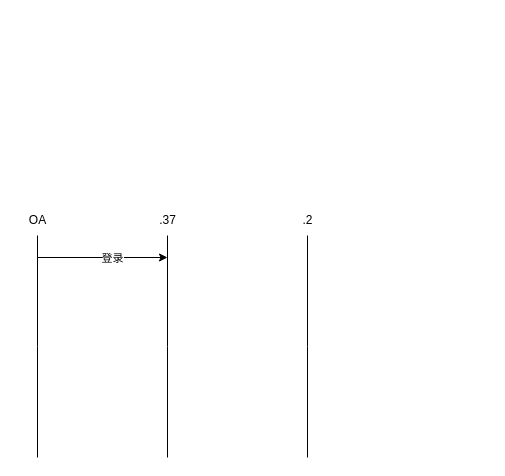
Above: drawio/architecture.drawio in RainbowJier/GeneralLoginModule (draw.io), before the change. Source tidied: cells renumbered, new cells numbered last; positions are measured from the earlier drawing's top-left corner, leaving out a move shared by most shapes. Both pictures are drawn from the tidied source at 100%, with x=0, y=0 at pixel (17, 205).
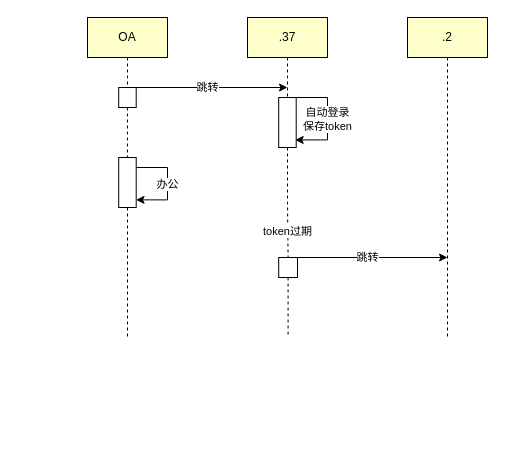
The same diagram, later.

Change to the diagram source:
```diff
@@
-    <mxCell id="2" style="edgeStyle=orthogonalEdgeStyle;rounded=0;jettySize=auto;html=1;endArrow=none;startFill=0;" parent="1" edge="1" source="3">
-      <mxGeometry relative="1" as="geometry">
-        <mxPoint x="20" y="252" as="targetPoint" />
-      </mxGeometry>
-    </mxCell>
+    <mxCell id="10" style="edgeStyle=orthogonalEdgeStyle;rounded=0;jettySize=auto;html=1;endArrow=none;startFill=0;dashed=1;" parent="1" edge="1" source="21">
+      <mxGeometry relative="1" as="geometry">
+        <mxPoint x="110" y="132" as="targetPoint" />
+        <Array as="points">
+          <mxPoint x="110" y="2" />
+          <mxPoint x="110" y="2" />
+        </Array>
+      </mxGeometry>
+    </mxCell>
-    <mxCell id="3" value="OA" style="text;html=1;align=center;verticalAlign=middle;points=[];strokeColor=none;fillColor=none;" parent="1" vertex="1">
-      <mxGeometry width="40" height="30" as="geometry" />
+    <mxCell id="3" value="OA" style="rounded=0;whiteSpace=wrap;html=1;fillColor=#FFFFCC;" parent="1" vertex="1">
+      <mxGeometry x="70" y="-188" width="80" height="40" as="geometry" />
     </mxCell>
-    <mxCell id="4" style="edgeStyle=orthogonalEdgeStyle;rounded=0;jettySize=auto;html=1;endArrow=none;startFill=0;" parent="1" edge="1" source="5">
-      <mxGeometry relative="1" as="geometry">
-        <mxPoint x="150" y="252" as="targetPoint" />
-      </mxGeometry>
-    </mxCell>
+    <mxCell id="11" style="edgeStyle=orthogonalEdgeStyle;rounded=0;jettySize=auto;html=1;endArrow=none;startFill=0;dashed=1;" parent="1" edge="1" source="3" target="12">
+      <mxGeometry relative="1" as="geometry" />
+    </mxCell>
+    <mxCell id="12" style="rounded=0;whiteSpace=wrap;html=1;" parent="1" vertex="1">
+      <mxGeometry x="101.2" y="-118" width="17.5" height="20" as="geometry" />
+    </mxCell>
-    <mxCell id="5" value=".37" style="text;html=1;align=center;verticalAlign=middle;points=[];strokeColor=none;fillColor=none;" parent="1" vertex="1">
-      <mxGeometry x="130" width="40" height="30" as="geometry" />
+    <mxCell id="5" value=".37" style="rounded=0;whiteSpace=wrap;html=1;fillColor=#FFFFCC;" parent="1" vertex="1">
+      <mxGeometry x="230" y="-188" width="80" height="40" as="geometry" />
     </mxCell>
-    <mxCell id="6" style="edgeStyle=orthogonalEdgeStyle;rounded=0;jettySize=auto;html=1;endArrow=none;startFill=0;" parent="1" edge="1" source="7">
-      <mxGeometry relative="1" as="geometry">
-        <mxPoint x="290" y="252" as="targetPoint" />
-      </mxGeometry>
-    </mxCell>
+    <mxCell id="13" value="跳转" style="endArrow=classic;html=1;rounded=0;exitX=0.5;exitY=0;exitDx=0;exitDy=0;" parent="1" edge="1" source="12">
+      <mxGeometry relative="1" as="geometry">
+        <mxPoint x="270" y="-118" as="targetPoint" />
+      </mxGeometry>
+    </mxCell>
+    <mxCell id="14" style="edgeStyle=orthogonalEdgeStyle;rounded=0;jettySize=auto;html=1;fillColor=none;endArrow=none;startFill=0;dashed=1;" parent="1" edge="1" source="5" target="17">
+      <mxGeometry relative="1" as="geometry" />
+    </mxCell>
+    <mxCell id="15" style="edgeStyle=orthogonalEdgeStyle;rounded=0;jettySize=auto;html=1;endArrow=none;startFill=0;dashed=1;" parent="1" edge="1" source="17" target="25">
+      <mxGeometry relative="1" as="geometry" />
+    </mxCell>
+    <mxCell id="16" value="token过期" style="edgeLabel;html=1;align=center;verticalAlign=middle;" parent="15" vertex="1">
+      <mxGeometry x="0.52" y="-1" relative="1" as="geometry" />
+    </mxCell>
+    <mxCell id="17" style="rounded=0;whiteSpace=wrap;html=1;" parent="1" vertex="1">
+      <mxGeometry x="261.2" y="-108" width="17.5" height="50" as="geometry" />
+    </mxCell>
+    <mxCell id="18" value="自动登录&lt;br&gt;保存token" style="edgeStyle=orthogonalEdgeStyle;rounded=0;orthogonalLoop=1;jettySize=auto;html=1;entryX=0.941;entryY=0.849;entryDx=0;entryDy=0;entryPerimeter=0;" parent="1" edge="1" source="17" target="17">
+      <mxGeometry relative="1" as="geometry">
+        <Array as="points">
+          <mxPoint x="310" y="-108" />
+          <mxPoint x="310" y="-65" />
+        </Array>
+      </mxGeometry>
+    </mxCell>
+    <mxCell id="19" style="edgeStyle=orthogonalEdgeStyle;rounded=0;jettySize=auto;html=1;endArrow=none;startFill=0;strokeColor=default;dashed=1;" parent="1" edge="1" source="7">
+      <mxGeometry relative="1" as="geometry">
+        <mxPoint x="430" y="132" as="targetPoint" />
+      </mxGeometry>
+    </mxCell>
-    <mxCell id="7" value=".2" style="text;html=1;align=center;verticalAlign=middle;points=[];strokeColor=none;fillColor=none;" parent="1" vertex="1">
-      <mxGeometry x="275" width="30" height="30" as="geometry" />
+    <mxCell id="7" value=".2" style="rounded=0;whiteSpace=wrap;html=1;fillColor=#FFFFCC;" parent="1" vertex="1">
+      <mxGeometry x="390" y="-188" width="80" height="40" as="geometry" />
     </mxCell>
-    <mxCell id="8" style="endArrow=classic;html=1;rounded=0;" parent="1" edge="1">
-      <mxGeometry relative="1" as="geometry">
-        <mxPoint x="20" y="52" as="sourcePoint" />
-        <mxPoint x="150" y="52" as="targetPoint" />
-      </mxGeometry>
-    </mxCell>
-    <mxCell id="9" value="登录" style="edgeLabel;html=1;align=center;verticalAlign=middle;" parent="8" vertex="1">
-      <mxGeometry x="0.14" relative="1" as="geometry" />
-    </mxCell>
+    <mxCell id="20" style="edgeStyle=orthogonalEdgeStyle;rounded=0;jettySize=auto;html=1;endArrow=none;startFill=0;dashed=1;" parent="1" edge="1" source="12" target="21">
+      <mxGeometry relative="1" as="geometry" />
+    </mxCell>
+    <mxCell id="21" style="rounded=0;whiteSpace=wrap;html=1;" parent="1" vertex="1">
+      <mxGeometry x="101.2" y="-48" width="17.5" height="50" as="geometry" />
+    </mxCell>
+    <mxCell id="22" value="办公" style="edgeStyle=orthogonalEdgeStyle;rounded=0;orthogonalLoop=1;jettySize=auto;html=1;entryX=0.991;entryY=0.847;entryDx=0;entryDy=0;entryPerimeter=0;" parent="1" edge="1" source="21" target="21">
+      <mxGeometry relative="1" as="geometry">
+        <Array as="points">
+          <mxPoint x="150" y="-38" />
+          <mxPoint x="150" y="-6" />
+          <mxPoint x="119" y="-6" />
+        </Array>
+      </mxGeometry>
+    </mxCell>
+    <mxCell id="23" value="跳转" style="endArrow=classic;html=1;rounded=0;" parent="1" edge="1">
+      <mxGeometry relative="1" as="geometry">
+        <mxPoint x="270" y="52" as="sourcePoint" />
+        <mxPoint x="430" y="52" as="targetPoint" />
+      </mxGeometry>
+    </mxCell>
+    <mxCell id="24" style="edgeStyle=orthogonalEdgeStyle;rounded=0;jettySize=auto;html=1;dashed=1;endArrow=none;startFill=0;" parent="1" edge="1" source="25">
+      <mxGeometry relative="1" as="geometry">
+        <mxPoint x="270.6" y="132" as="targetPoint" />
+      </mxGeometry>
+    </mxCell>
+    <mxCell id="25" style="rounded=0;whiteSpace=wrap;html=1;" parent="1" vertex="1">
+      <mxGeometry x="261.2" y="52" width="18.8" height="20" as="geometry" />
+    </mxCell>
```
